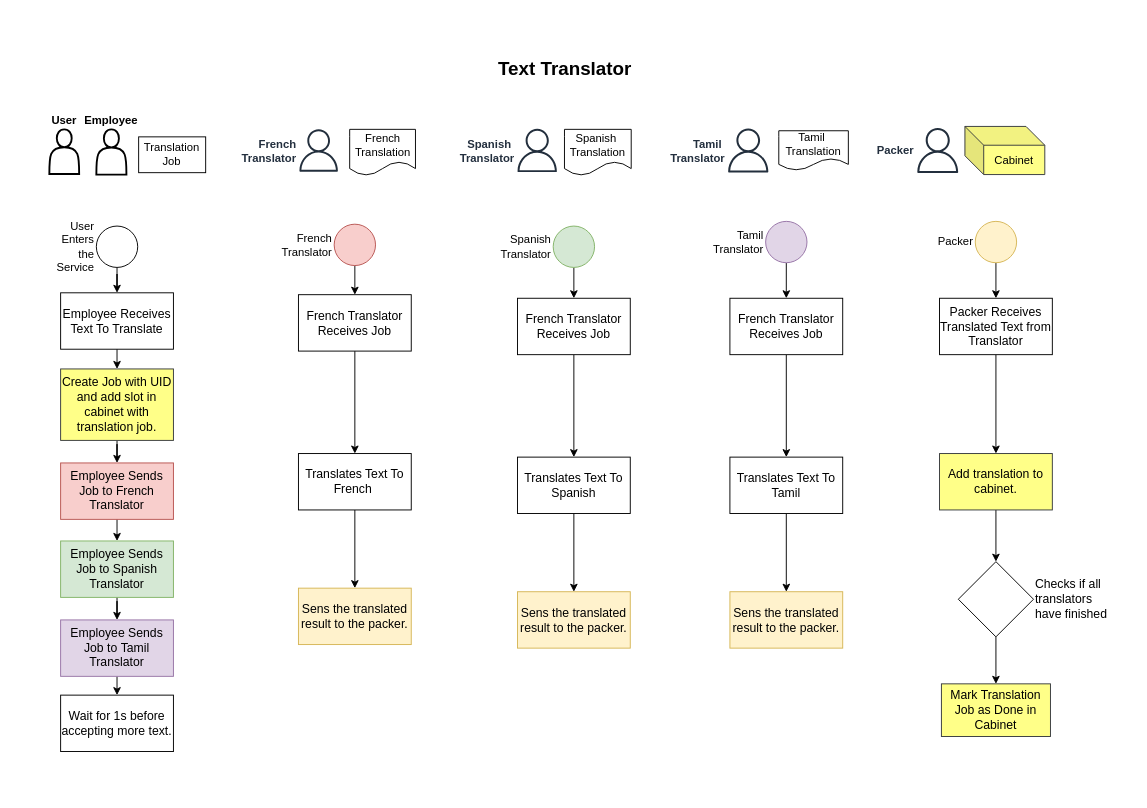
Above: page "text-translator" (6 of 7) of sample/LibraryManager.drawio in vishalpalaniappan/asp-adli-python (draw.io), before the change. Source tidied: cells renumbered, new cells numbered last; positions are measured from the earlier drawing's top-left corner, leaving out a move shared by most shapes. Both pictures are drawn from the tidied source at 94%, with x=0, y=0 at pixel (16, 16).
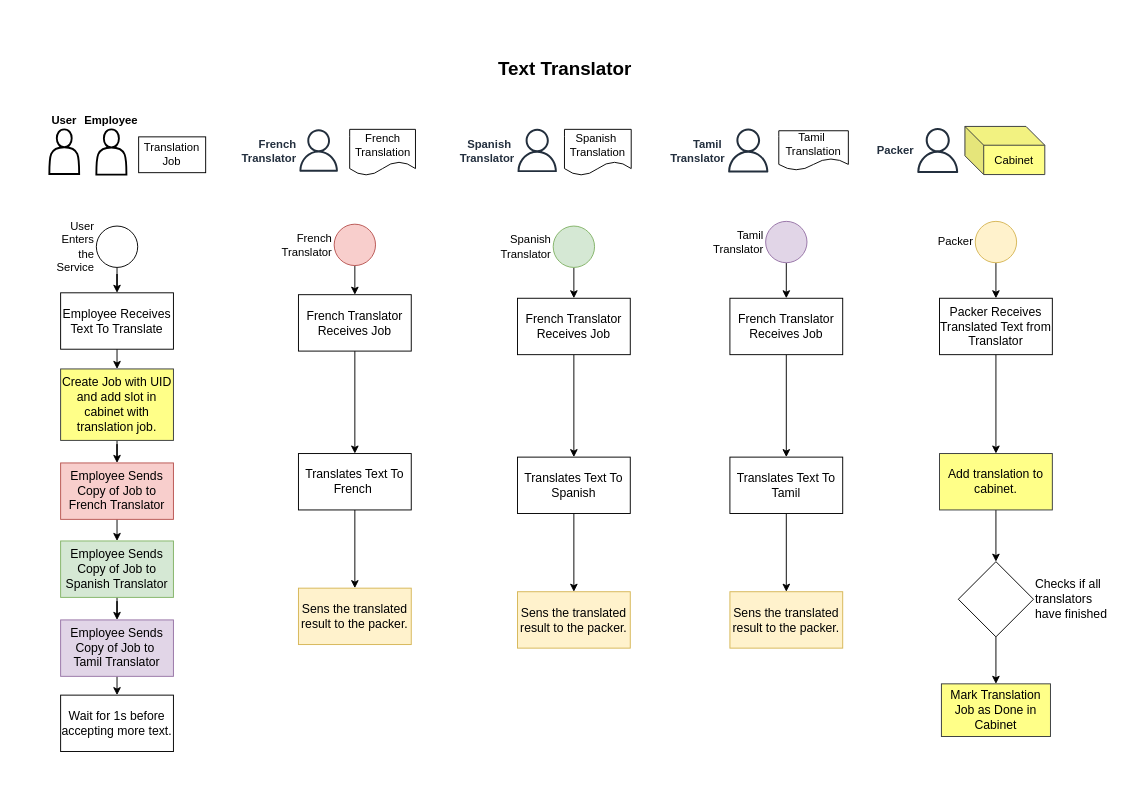
After the change.

Commit message (it also covers changes not shown here):
Fix: Add missing updates from previous commits.

Change to the diagram source:
```diff
@@
-    <mxCell id="9" value="Employee Sends Job to French Translator" style="rounded=0;whiteSpace=wrap;html=1;fontSize=13;fillColor=#f8cecc;strokeColor=#b85450;" parent="1" vertex="1">
+    <mxCell id="9" value="Employee Sends Copy of Job to French Translator" style="rounded=0;whiteSpace=wrap;html=1;fontSize=13;fillColor=#f8cecc;strokeColor=#b85450;" parent="1" vertex="1">
       <mxGeometry x="47" y="475" width="120" height="60" as="geometry" />
     </mxCell>
@@
-    <mxCell id="11" value="Employee Sends Job to Spanish Translator" style="rounded=0;whiteSpace=wrap;html=1;fontSize=13;fillColor=#d5e8d4;strokeColor=#82b366;" parent="1" vertex="1">
+    <mxCell id="11" value="Employee Sends Copy of&amp;nbsp;Job to Spanish Translator" style="rounded=0;whiteSpace=wrap;html=1;fontSize=13;fillColor=#d5e8d4;strokeColor=#82b366;" parent="1" vertex="1">
       <mxGeometry x="47" y="558" width="120" height="60" as="geometry" />
     </mxCell>
@@
-    <mxCell id="13" value="Employee Sends Job to&amp;nbsp;&lt;span style=&quot;background-color: initial;&quot;&gt;Tamil Translator&lt;/span&gt;" style="rounded=0;whiteSpace=wrap;html=1;fontSize=13;fillColor=#e1d5e7;strokeColor=#9673a6;" parent="1" vertex="1">
+    <mxCell id="13" value="Employee Sends Copy of&amp;nbsp;Job to&amp;nbsp;&lt;div&gt;&lt;span style=&quot;background-color: initial;&quot;&gt;Tamil Translator&lt;/span&gt;&lt;/div&gt;" style="rounded=0;whiteSpace=wrap;html=1;fontSize=13;fillColor=#e1d5e7;strokeColor=#9673a6;" parent="1" vertex="1">
       <mxGeometry x="47" y="642" width="120" height="60" as="geometry" />
     </mxCell>
```
